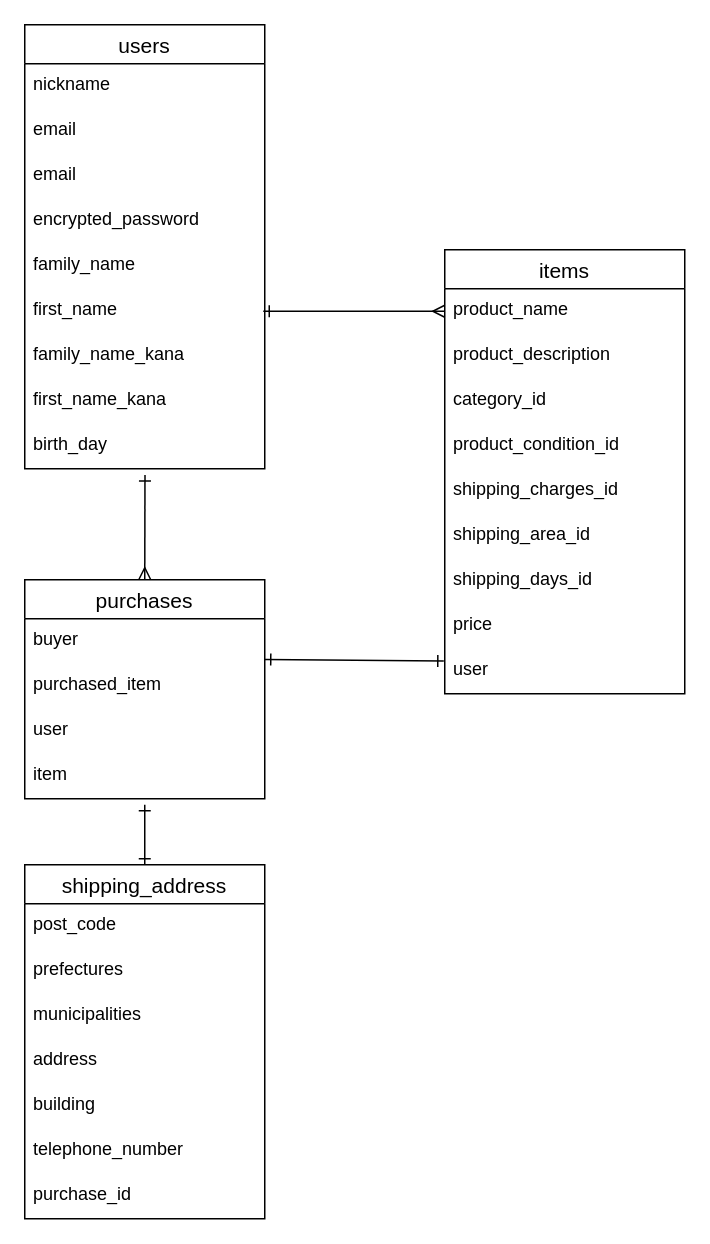
Before: ER.dio in marrrkk/furima-36967, a draw.io diagram. Source tidied: cells renumbered, new cells numbered last; positions are measured from the earlier drawing's top-left corner, leaving out a move shared by most shapes. Both pictures are drawn from the tidied source at 150%, with x=0, y=0 at pixel (24, 24).
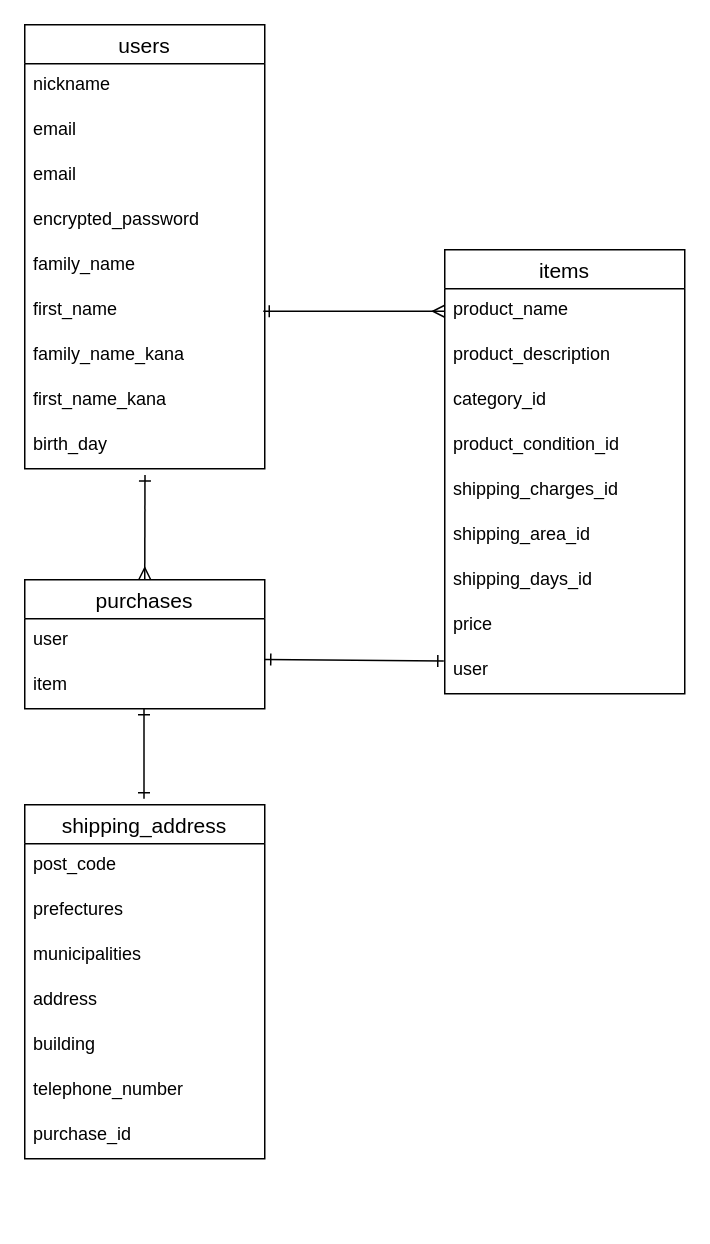
The same page after the edit.

Commit message (it also covers changes not shown here):
コードレビュー後再々編集

Unchanged cells that the change refers to:
```xml
<mxCell id="21" value="user" style="text;strokeColor=none;fillColor=none;spacingLeft=4;spacingRight=4;overflow=hidden;points=[[0,0.5],[1,0.5]];portConstraint=eastwest;fontSize=12;" parent="12" vertex="1">
  <mxGeometry y="266" width="160" height="30" as="geometry" />
</mxCell>
```

The edit, as a diff of the source:
```diff
@@
     <mxCell id="23" value="purchases" style="swimlane;fontStyle=0;horizontal=1;startSize=26;align=center;fontSize=14;" parent="1" vertex="1">
-      <mxGeometry y="370" width="160" height="146" as="geometry" />
+      <mxGeometry y="370" width="160" height="86" as="geometry" />
     </mxCell>
-    <mxCell id="24" value="buyer" style="text;strokeColor=none;fillColor=none;spacingLeft=4;spacingRight=4;overflow=hidden;fontSize=12;" parent="23" vertex="1">
-      <mxGeometry y="26" width="160" height="30" as="geometry" />
-    </mxCell>
-    <mxCell id="25" value="purchased_item" style="text;strokeColor=none;fillColor=none;spacingLeft=4;spacingRight=4;overflow=hidden;points=[[0,0.5],[1,0.5]];portConstraint=eastwest;fontSize=12;" parent="23" vertex="1">
-      <mxGeometry y="56" width="160" height="30" as="geometry" />
-    </mxCell>
     <mxCell id="26" value="user" style="text;strokeColor=none;fillColor=none;spacingLeft=4;spacingRight=4;overflow=hidden;fontSize=12;" parent="23" vertex="1">
-      <mxGeometry y="86" width="160" height="30" as="geometry" />
+      <mxGeometry y="26" width="160" height="30" as="geometry" />
     </mxCell>
     <mxCell id="27" value="item" style="text;strokeColor=none;fillColor=none;spacingLeft=4;spacingRight=4;overflow=hidden;fontSize=12;" parent="23" vertex="1">
-      <mxGeometry y="116" width="160" height="30" as="geometry" />
+      <mxGeometry y="56" width="160" height="30" as="geometry" />
     </mxCell>
-    <mxCell id="28" style="edgeStyle=none;rounded=1;html=1;exitX=0.5;exitY=0;exitDx=0;exitDy=0;startArrow=ERone;startFill=0;endArrow=ERone;endFill=0;sourcePerimeterSpacing=-1;" parent="1" edge="1" source="29">
+    <mxCell id="28" style="edgeStyle=none;rounded=1;html=1;startArrow=ERone;startFill=0;endArrow=ERone;endFill=0;sourcePerimeterSpacing=-1;" parent="1" edge="1">
       <mxGeometry relative="1" as="geometry">
-        <mxPoint x="80" y="520" as="targetPoint" />
+        <mxPoint x="79.5" y="516" as="sourcePoint" />
+        <mxPoint x="79.5" y="456" as="targetPoint" />
       </mxGeometry>
     </mxCell>
     <mxCell id="29" value="shipping_address" style="swimlane;fontStyle=0;horizontal=1;startSize=26;align=center;fontSize=14;" parent="1" vertex="1">
-      <mxGeometry y="560" width="160" height="236" as="geometry" />
+      <mxGeometry y="520" width="160" height="236" as="geometry" />
     </mxCell>
@@
-    <mxCell id="38" style="edgeStyle=none;rounded=1;html=1;exitX=-0.004;exitY=0.273;exitDx=0;exitDy=0;entryX=1;entryY=-0.093;entryDx=0;entryDy=0;entryPerimeter=0;startArrow=ERone;startFill=0;endArrow=ERone;endFill=0;sourcePerimeterSpacing=-1;exitPerimeter=0;" parent="1" edge="1" source="21" target="25">
-      <mxGeometry relative="1" as="geometry" />
+    <mxCell id="38" style="edgeStyle=none;rounded=1;html=1;exitX=-0.004;exitY=0.273;exitDx=0;exitDy=0;entryX=1;entryY=-0.093;entryDx=0;entryDy=0;entryPerimeter=0;startArrow=ERone;startFill=0;endArrow=ERone;endFill=0;sourcePerimeterSpacing=-1;exitPerimeter=0;" parent="1" edge="1" source="21">
+      <mxGeometry relative="1" as="geometry">
+        <mxPoint x="160" y="423.2" as="targetPoint" />
+      </mxGeometry>
     </mxCell>
```
